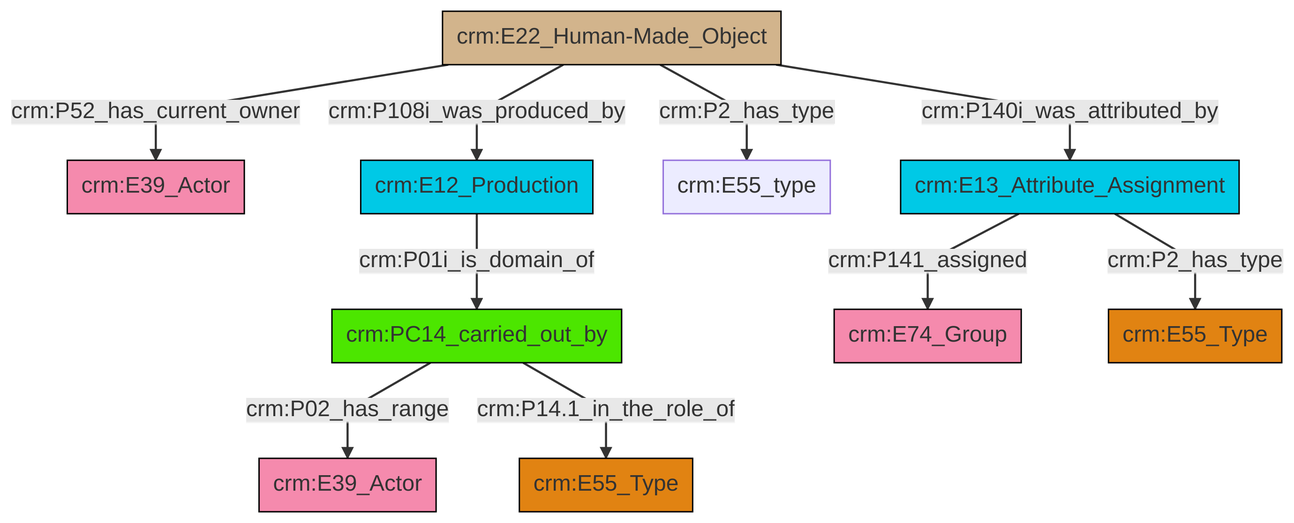
Earlier version of the Mermaid export et/builtWorkCSV/ttl/mmd/png/Built_Work_actor_relations.png (swiss-art-research-net/docs.swissartresearch). Its source is kept beside it as et/builtWorkCSV/ttl/mmd/Built_Work_actor_relations.ttl.mmd. Its diagram source:
```mermaid
graph TD
classDef Literal fill:#f2f2f2,stroke:#000000;
classDef CRM_Entity fill:#FFFFFF,stroke:#000000;
classDef Temporal_Entity fill:#00C9E6, stroke:#000000;
classDef Type fill:#E18312, stroke:#000000;
classDef Time-Span fill:#2C9C91, stroke:#000000;
classDef Appellation fill:#FFEB7F, stroke:#000000;
classDef Place fill:#008836, stroke:#000000;
classDef Persistent_Item fill:#B266B2, stroke:#000000;
classDef Conceptual_Object fill:#FFD700, stroke:#000000;
classDef Physical_Thing fill:#D2B48C, stroke:#000000;
classDef Actor fill:#f58aad, stroke:#000000;
classDef PC_Classes fill:#4ce600, stroke:#000000;
classDef Multi fill:#cccccc,stroke:#000000;

2["crm:E12_Production"]:::Temporal_Entity -->|crm:P01i_is_domain_of| 3["crm:PC14_carried_out_by"]:::PC_Classes
3["crm:PC14_carried_out_by"]:::PC_Classes -->|crm:P02_has_range| 6["crm:E39_Actor"]:::Actor
9["crm:E13_Attribute_Assignment"]:::Temporal_Entity -->|crm:P141_assigned| 10["crm:E74_Group"]:::Actor
4["crm:E22_Human-Made_Object"]:::Physical_Thing -->|crm:P52_has_current_owner| 0["crm:E39_Actor"]:::Actor
4["crm:E22_Human-Made_Object"]:::Physical_Thing -->|crm:P140i_was_attributed_by| 9["crm:E13_Attribute_Assignment"]:::Temporal_Entity
4["crm:E22_Human-Made_Object"]:::Physical_Thing -->|crm:P2_has_type| 7["crm:E55_type"]:::Default
3["crm:PC14_carried_out_by"]:::PC_Classes -->|crm:P14.1_in_the_role_of| 18["crm:E55_Type"]:::Type
4["crm:E22_Human-Made_Object"]:::Physical_Thing -->|crm:P108i_was_produced_by| 2["crm:E12_Production"]:::Temporal_Entity
9["crm:E13_Attribute_Assignment"]:::Temporal_Entity -->|crm:P2_has_type| 11["crm:E55_Type"]:::Type
```
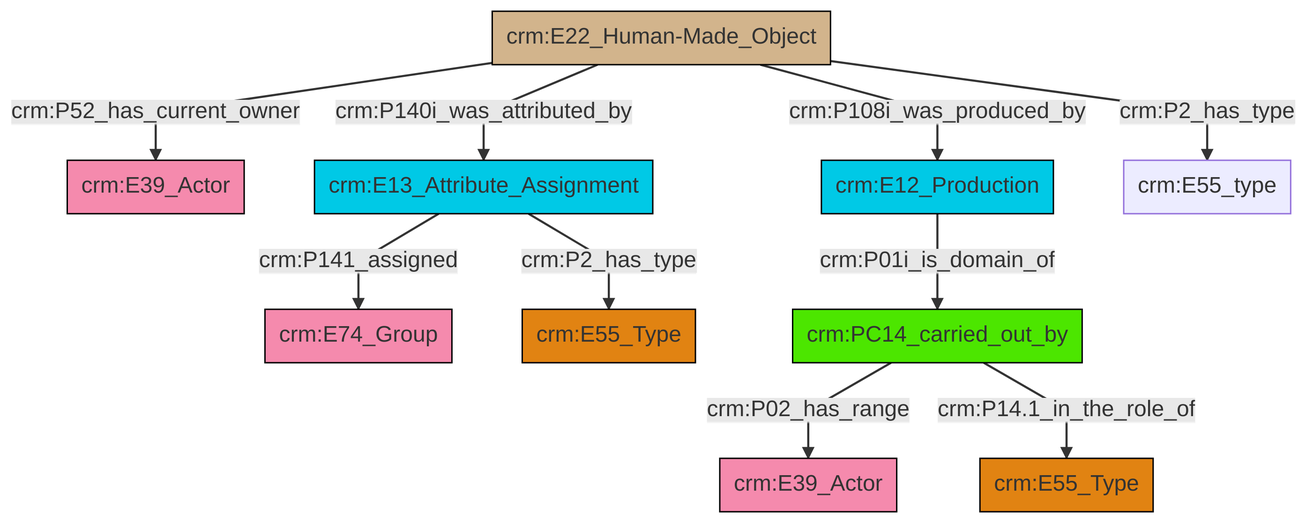
After the commit.

Diff of the diagram source:
```diff
@@ -13,12 +13,12 @@
 classDef PC_Classes fill:#4ce600, stroke:#000000;
 classDef Multi fill:#cccccc,stroke:#000000;
 
-2["crm:E12_Production"]:::Temporal_Entity -->|crm:P01i_is_domain_of| 3["crm:PC14_carried_out_by"]:::PC_Classes
-3["crm:PC14_carried_out_by"]:::PC_Classes -->|crm:P02_has_range| 6["crm:E39_Actor"]:::Actor
-9["crm:E13_Attribute_Assignment"]:::Temporal_Entity -->|crm:P141_assigned| 10["crm:E74_Group"]:::Actor
-4["crm:E22_Human-Made_Object"]:::Physical_Thing -->|crm:P52_has_current_owner| 0["crm:E39_Actor"]:::Actor
-4["crm:E22_Human-Made_Object"]:::Physical_Thing -->|crm:P140i_was_attributed_by| 9["crm:E13_Attribute_Assignment"]:::Temporal_Entity
-4["crm:E22_Human-Made_Object"]:::Physical_Thing -->|crm:P2_has_type| 7["crm:E55_type"]:::Default
-3["crm:PC14_carried_out_by"]:::PC_Classes -->|crm:P14.1_in_the_role_of| 18["crm:E55_Type"]:::Type
-4["crm:E22_Human-Made_Object"]:::Physical_Thing -->|crm:P108i_was_produced_by| 2["crm:E12_Production"]:::Temporal_Entity
-9["crm:E13_Attribute_Assignment"]:::Temporal_Entity -->|crm:P2_has_type| 11["crm:E55_Type"]:::Type
+10["crm:E22_Human-Made_Object"]:::Physical_Thing -->|crm:P140i_was_attributed_by| 11["crm:E13_Attribute_Assignment"]:::Temporal_Entity
+11["crm:E13_Attribute_Assignment"]:::Temporal_Entity -->|crm:P2_has_type| 8["crm:E55_Type"]:::Type
+11["crm:E13_Attribute_Assignment"]:::Temporal_Entity -->|crm:P141_assigned| 2["crm:E74_Group"]:::Actor
+10["crm:E22_Human-Made_Object"]:::Physical_Thing -->|crm:P52_has_current_owner| 0["crm:E39_Actor"]:::Actor
+14["crm:E12_Production"]:::Temporal_Entity -->|crm:P01i_is_domain_of| 15["crm:PC14_carried_out_by"]:::PC_Classes
+10["crm:E22_Human-Made_Object"]:::Physical_Thing -->|crm:P2_has_type| 16["crm:E55_type"]:::Default
+15["crm:PC14_carried_out_by"]:::PC_Classes -->|crm:P02_has_range| 4["crm:E39_Actor"]:::Actor
+15["crm:PC14_carried_out_by"]:::PC_Classes -->|crm:P14.1_in_the_role_of| 6["crm:E55_Type"]:::Type
+10["crm:E22_Human-Made_Object"]:::Physical_Thing -->|crm:P108i_was_produced_by| 14["crm:E12_Production"]:::Temporal_Entity
```
